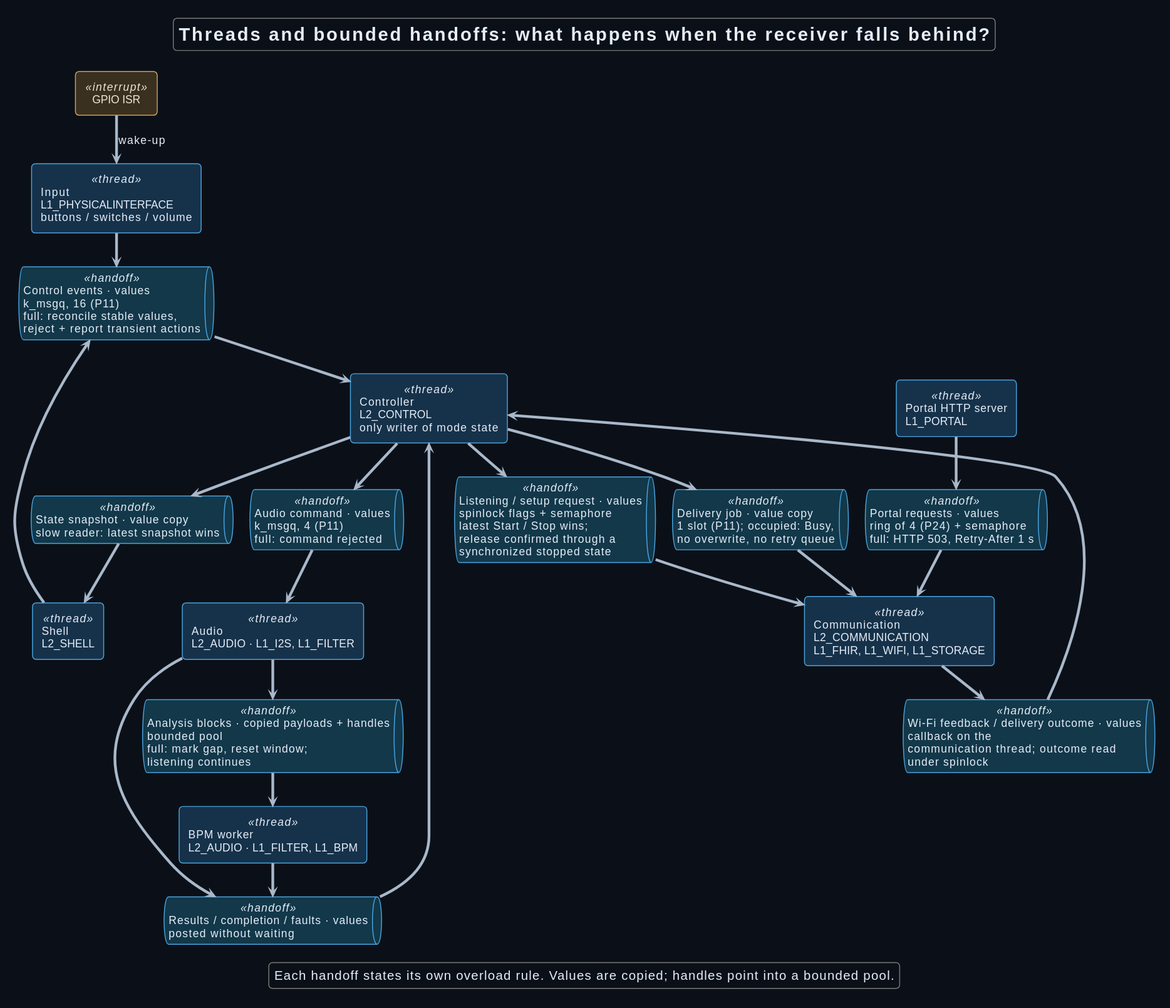
The PlantUML diagram Development/system/design/rendered/shared_runtime_handoffs.svg in DemonicPsychoII/DigitalStethoscope, before a commit.
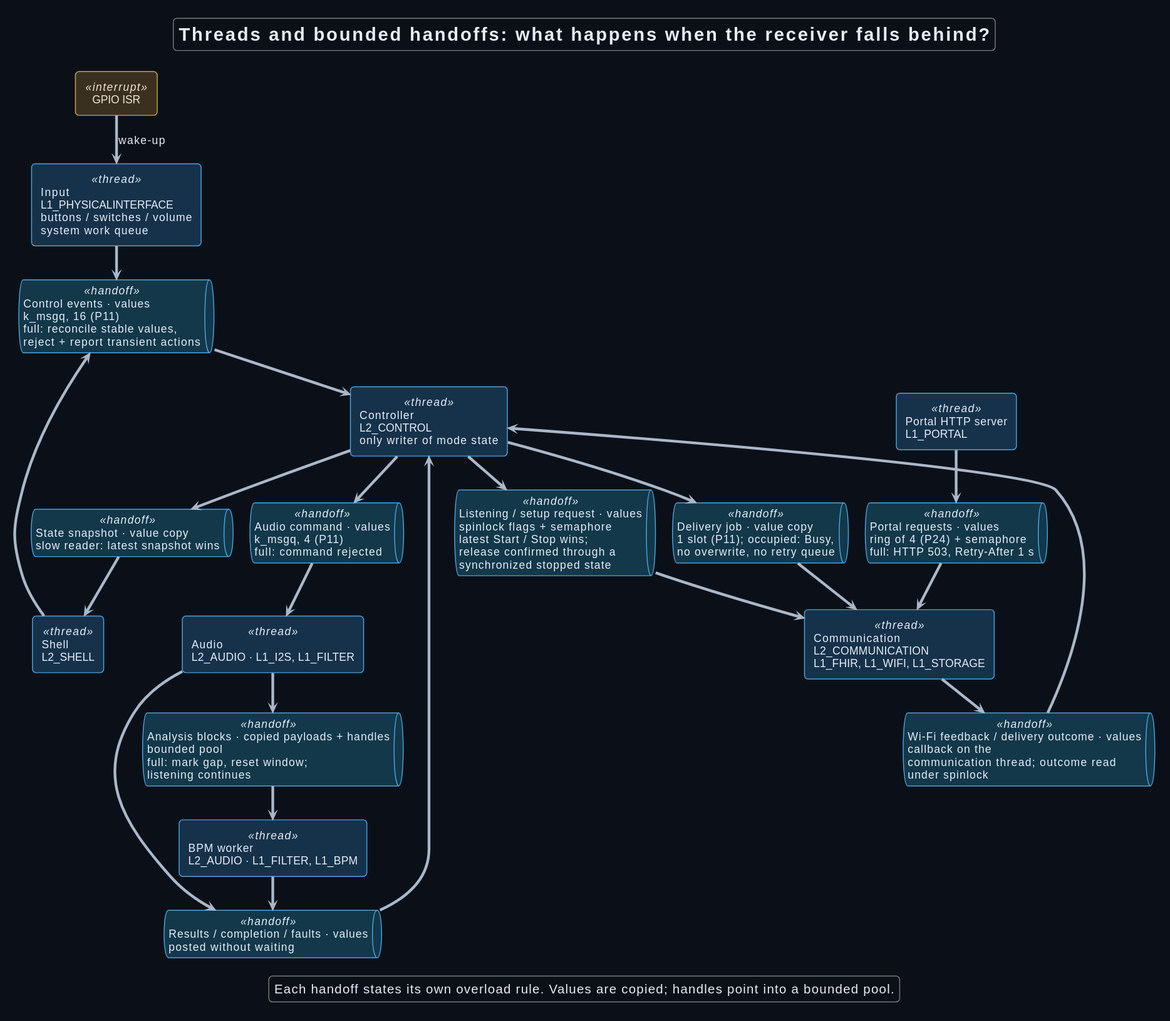
The same diagram one commit later.

Commit message:
documentation: state that input runs on the system work queue

Change to the diagram source:
```diff
@@ -23,7 +23,7 @@
 title Threads and bounded handoffs: what happens when the receiver falls behind?
 top to bottom direction
 component "GPIO ISR" as irq <<interrupt>>
-component "Input\nL1_PHYSICALINTERFACE\nbuttons / switches / volume" as inp <<thread>>
+component "Input\nL1_PHYSICALINTERFACE\nbuttons / switches / volume\nsystem work queue" as inp <<thread>>
 component "Shell\nL2_SHELL" as shell <<thread>>
 component "Controller\nL2_CONTROL\nonly writer of mode state" as ctl <<thread>>
 component "Audio\nL2_AUDIO · L1_I2S, L1_FILTER" as audio <<thread>>
```
